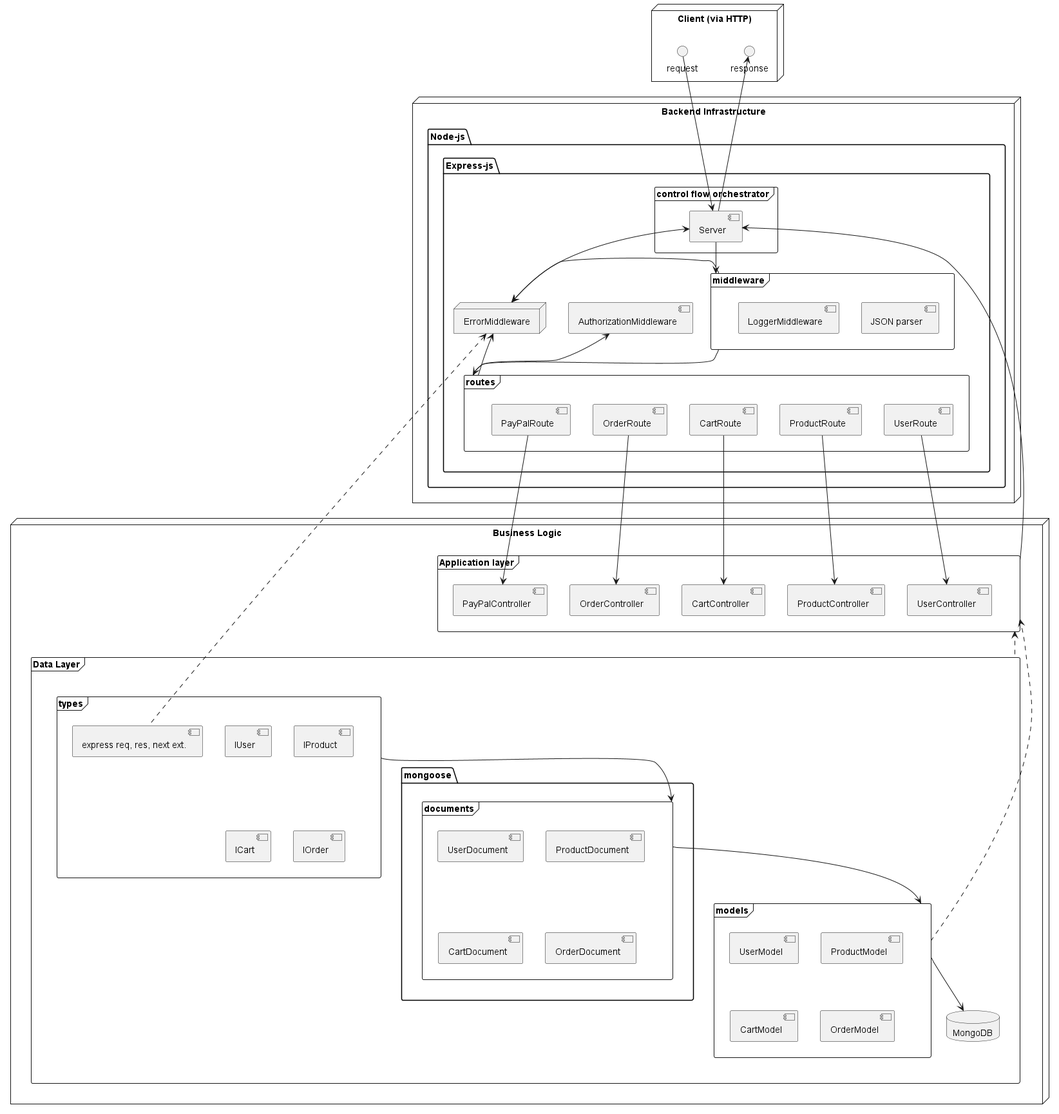
Matans844/e-commerce-backend keeps this PlantUML diagram as documentation/images/ComponentOverview.png. Above is the earlier version. Source of this version:
```plantuml
@startuml

node "Client (via HTTP)"{
    () request
    () response
}


node "Backend Infrastructure"{

    package "Node-js" {

        package "Express-js" {
            frame "control flow orchestrator"{
                [Server]
            }

            frame "middleware"{
                [JSON parser]
                [LoggerMiddleware]
            }

            frame "routes"{
                [UserRoute]
                [ProductRoute]
                [CartRoute]
                [OrderRoute]
                [PayPalRoute]
            }

            node "ErrorMiddleware"{
            }

            [AuthorizationMiddleware]

        }
    }
}

node "Business Logic"{

    frame "Application layer"{
        [UserController]
        [ProductController]
        [CartController]
        [OrderController]
        [PayPalController]
    }

    frame "Data Layer"{
        frame "types"{
                [IUser]
                [IProduct]
                [ICart]
                [IOrder]
                [express req, res, next ext.]
            }

        package "mongoose"{

            frame "documents"{
                [UserDocument]
                [ProductDocument]
                [CartDocument]
                [OrderDocument]
            }
        }


        frame "models"{
              [UserModel]
              [ProductModel]
              [CartModel]
              [OrderModel]
        }

        database "MongoDB" {
        }
    }
}



request -down-> [Server]
[Server] -up-> response

[Server] -down-> "middleware"

"middleware" -right-> [ErrorMiddleware]
"routes" -up-> [ErrorMiddleware]
[ErrorMiddleware] <-right-> [Server]

"middleware" -down-> "routes"

"routes" -up-> [AuthorizationMiddleware]

[UserRoute] -down-> [UserController]
[ProductRoute] -down-> [ProductController]
[CartRoute] -down-> [CartController]
[OrderRoute] -down-> [OrderController]
[PayPalRoute] -down-> [PayPalController]


"Application layer" -right-> [Server]
"models" -down-> "MongoDB"

"types" -down-> "documents"
"documents" -down-> "models"
"Application layer" <.down. "models"

"Application layer" <.. "Data Layer"

[ErrorMiddleware] <.. [express req, res, next ext.]
























@enduml
```
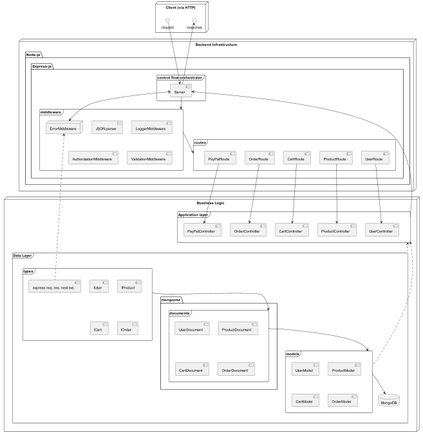
Above is the later version.

Commit message:
Changed image to fit inserting the validation middleware.

Change to the diagram source:
```diff
@@ -18,6 +18,10 @@
             frame "middleware"{
                 [JSON parser]
                 [LoggerMiddleware]
+                [AuthorizationMiddleware]
+                [ValidationMiddleware]
+                node "ErrorMiddleware"{
+                }
             }
 
             frame "routes"{
@@ -27,12 +31,6 @@
                 [OrderRoute]
                 [PayPalRoute]
             }
-
-            node "ErrorMiddleware"{
-            }
-
-            [AuthorizationMiddleware]
-
         }
     }
 }
@@ -86,13 +84,9 @@
 
 [Server] -down-> "middleware"
 
-"middleware" -right-> [ErrorMiddleware]
-"routes" -up-> [ErrorMiddleware]
 [ErrorMiddleware] <-right-> [Server]
 
 "middleware" -down-> "routes"
-
-"routes" -up-> [AuthorizationMiddleware]
 
 [UserRoute] -down-> [UserController]
 [ProductRoute] -down-> [ProductController]
```
